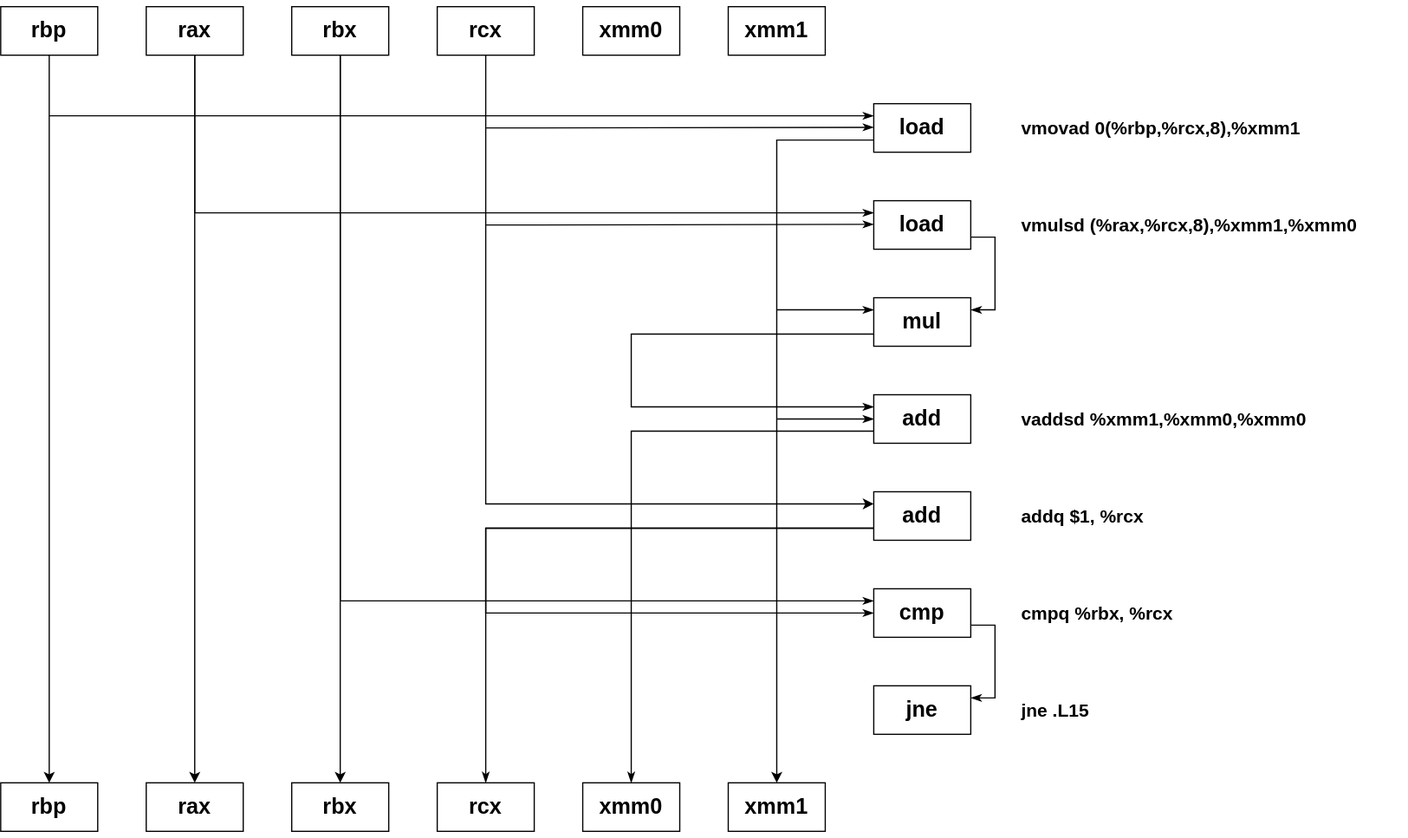
Earlier version of the draw.io export HW/HW3/img/513-A-1.svg (betarixm/CSED211). Source tidied: cells renumbered, new cells last; positions are measured from the earlier drawing's top-left corner, leaving out a move shared by most shapes.
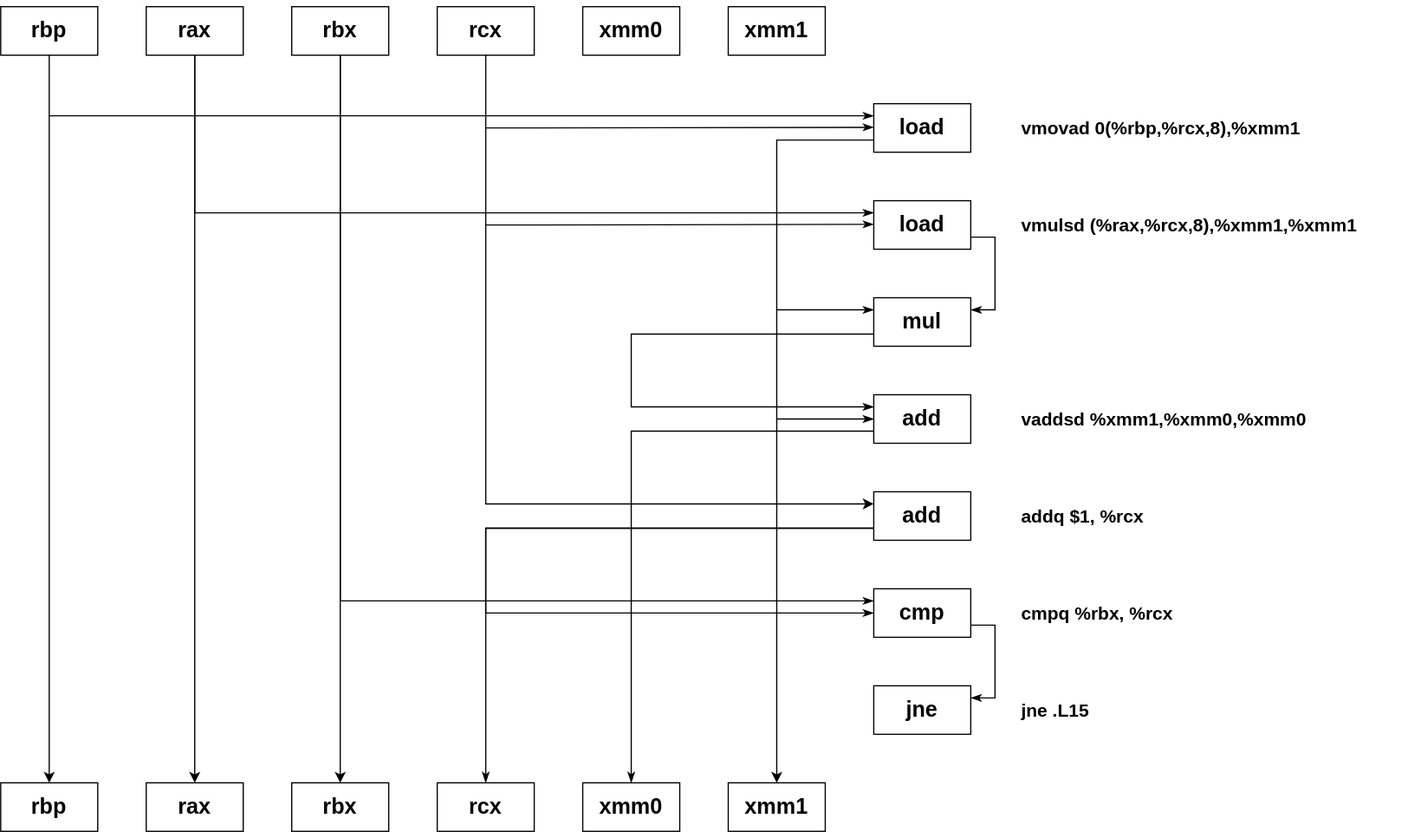
The same file after the commit.

What changed in the source:
```diff
@@ -95,7 +95,7 @@
     <mxCell id="28" value="&lt;h3&gt;&lt;font style=&quot;font-size: 15px&quot;&gt;vmovad 0(%rbp,%rcx,8),%xmm1&lt;/font&gt;&lt;/h3&gt;" style="text;html=1;strokeColor=none;fillColor=none;align=left;verticalAlign=middle;whiteSpace=wrap;rounded=0;" parent="1" vertex="1">
       <mxGeometry x="840" y="80" width="320" height="40" as="geometry" />
     </mxCell>
-    <mxCell id="29" value="&lt;h3&gt;&lt;font style=&quot;font-size: 15px&quot;&gt;vmulsd (%rax,%rcx,8),%xmm1,%xmm0&lt;/font&gt;&lt;/h3&gt;" style="text;html=1;strokeColor=none;fillColor=none;align=left;verticalAlign=middle;whiteSpace=wrap;rounded=0;" parent="1" vertex="1">
+    <mxCell id="29" value="&lt;h3&gt;&lt;font style=&quot;font-size: 15px&quot;&gt;vmulsd (%rax,%rcx,8),%xmm1,%xmm1&lt;/font&gt;&lt;/h3&gt;" style="text;html=1;strokeColor=none;fillColor=none;align=left;verticalAlign=middle;whiteSpace=wrap;rounded=0;" parent="1" vertex="1">
       <mxGeometry x="840" y="160" width="320" height="40" as="geometry" />
     </mxCell>
     <mxCell id="30" style="edgeStyle=orthogonalEdgeStyle;rounded=0;orthogonalLoop=1;jettySize=auto;html=1;startArrow=none;startFill=0;endArrow=classicThin;endFill=1;entryX=0;entryY=0.25;entryDx=0;entryDy=0;" parent="1" edge="1">
```
